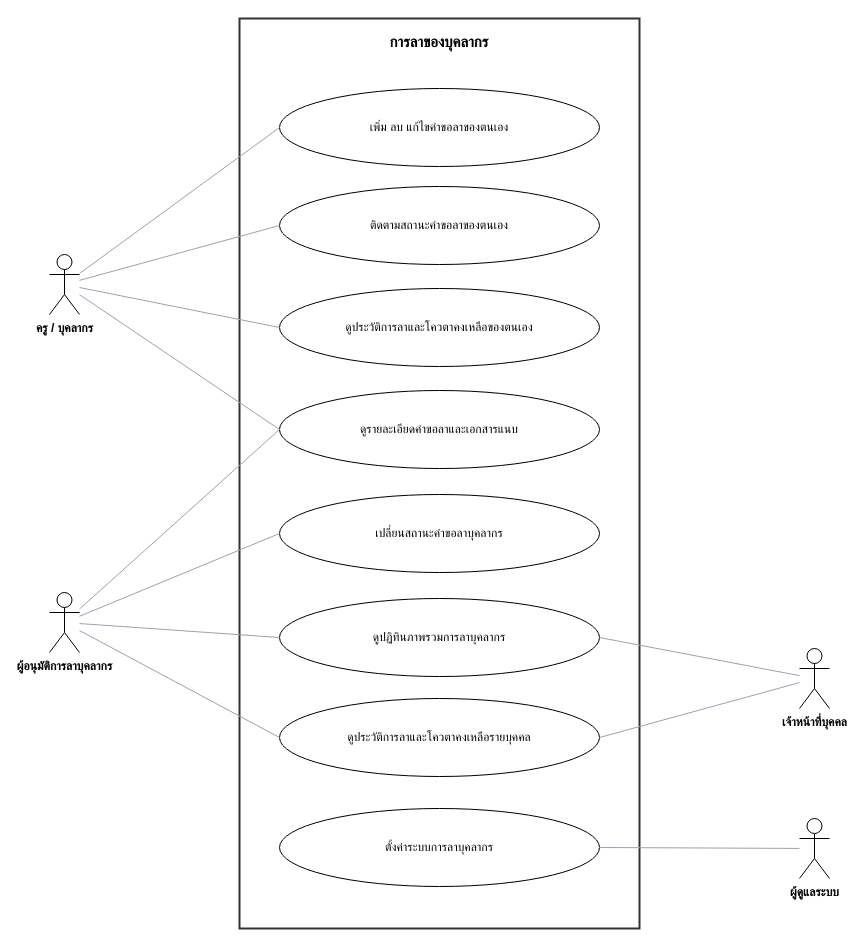
Above: page "การลาของบุคลากร" (2 of 6) of uxui-merged/schooldark/usecase.drawio in RealTiraqmisu/SchoolDark (draw.io), before the change. Source tidied: cells renumbered, new cells numbered last; positions are measured from the earlier drawing's top-left corner, leaving out a move shared by most shapes. Both pictures are drawn from the tidied source at 100%, with x=0, y=0 at pixel (49, 18).
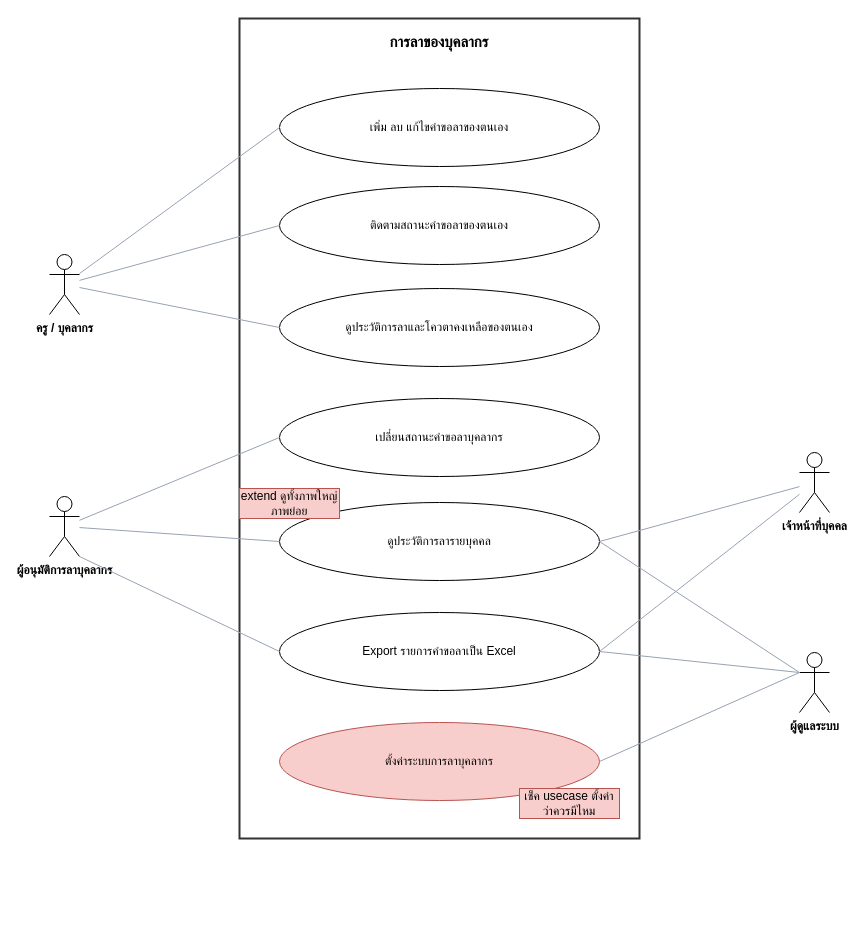
Above is the later version.

The change refers to these unchanged cells:
```xml
<mxCell id="10" value="ครู / บุคลากร" style="shape=umlActor;verticalLabelPosition=bottom;verticalAlign=top;html=1;outlineConnect=0;whiteSpace=nowrap;fontSize=12;fontStyle=1;" parent="1" vertex="1">
  <mxGeometry y="236" width="30" height="60" as="geometry" />
</mxCell>
```

The edit, as a diff of the source:
```diff
@@
     <mxCell id="2" value="การลาของบุคลากร" style="rounded=0;whiteSpace=wrap;html=1;verticalAlign=top;align=center;fontStyle=1;fontSize=15;fillColor=none;strokeColor=#333333;strokeWidth=2;spacingTop=8;" parent="1" vertex="1">
-      <mxGeometry x="190" width="400" height="910" as="geometry" />
+      <mxGeometry x="190" width="400" height="820" as="geometry" />
     </mxCell>
@@
-    <mxCell id="5" value="ดูรายละเอียดคำขอลาและเอกสารแนบ" style="ellipse;whiteSpace=wrap;html=1;fontSize=12;spacing=10;" parent="1" vertex="1">
-      <mxGeometry x="230" y="372" width="320" height="78" as="geometry" />
-    </mxCell>
     <mxCell id="6" value="&lt;span style=&quot;color: rgb(0, 0, 0);&quot;&gt;เปลี่ยนสถานะ&lt;/span&gt;คำขอลาบุคลากร" style="ellipse;whiteSpace=wrap;html=1;fontSize=12;spacing=10;" parent="1" vertex="1">
-      <mxGeometry x="230" y="476" width="320" height="78" as="geometry" />
+      <mxGeometry x="230" y="380" width="320" height="78" as="geometry" />
     </mxCell>
-    <mxCell id="7" value="ดูปฏิทินภาพรวมการลาบุคลากร" style="ellipse;whiteSpace=wrap;html=1;fontSize=12;spacing=10;" parent="1" vertex="1">
-      <mxGeometry x="230" y="580" width="320" height="78" as="geometry" />
-    </mxCell>
-    <mxCell id="8" value="ดูประวัติการลาและโควตาคงเหลือรายบุคคล" style="ellipse;whiteSpace=wrap;html=1;fontSize=12;spacing=10;" parent="1" vertex="1">
-      <mxGeometry x="230" y="680" width="320" height="78" as="geometry" />
+    <mxCell id="8" value="ดูประวัติการลารายบุคคล" style="ellipse;whiteSpace=wrap;html=1;fontSize=12;spacing=10;" parent="1" vertex="1">
+      <mxGeometry x="230" y="484" width="320" height="78" as="geometry" />
     </mxCell>
-    <mxCell id="9" value="ตั้งค่าระบบการลาบุคลากร" style="ellipse;whiteSpace=wrap;html=1;fontSize=12;spacing=10;" parent="1" vertex="1">
-      <mxGeometry x="230" y="790" width="320" height="78" as="geometry" />
+    <mxCell id="9" value="ตั้งค่าระบบการลาบุคลากร" style="ellipse;whiteSpace=wrap;html=1;fontSize=12;spacing=10;fillColor=#f8cecc;strokeColor=#b85450;" parent="1" vertex="1">
+      <mxGeometry x="230" y="704" width="320" height="78" as="geometry" />
     </mxCell>
@@
     <mxCell id="11" value="ผู้อนุมัติการลาบุคลากร" style="shape=umlActor;verticalLabelPosition=bottom;verticalAlign=top;html=1;outlineConnect=0;whiteSpace=nowrap;fontSize=12;fontStyle=1;" parent="1" vertex="1">
-      <mxGeometry y="574" width="30" height="60" as="geometry" />
+      <mxGeometry y="478" width="30" height="60" as="geometry" />
     </mxCell>
     <mxCell id="12" value="เจ้าหน้าที่บุคคล" style="shape=umlActor;verticalLabelPosition=bottom;verticalAlign=top;html=1;outlineConnect=0;whiteSpace=nowrap;fontSize=12;fontStyle=1;" parent="1" vertex="1">
-      <mxGeometry x="750" y="630" width="30" height="60" as="geometry" />
+      <mxGeometry x="750" y="434" width="30" height="60" as="geometry" />
     </mxCell>
     <mxCell id="13" value="ผู้ดูแลระบบ" style="shape=umlActor;verticalLabelPosition=bottom;verticalAlign=top;html=1;outlineConnect=0;whiteSpace=nowrap;fontSize=12;fontStyle=1;" parent="1" vertex="1">
-      <mxGeometry x="750" y="800" width="30" height="60" as="geometry" />
+      <mxGeometry x="750" y="634" width="30" height="60" as="geometry" />
     </mxCell>
@@
-    <mxCell id="17" style="endArrow=none;html=1;strokeColor=#98a2b3;entryX=0;entryY=0.5;entryDx=0;entryDy=0;" parent="1" edge="1" source="10" target="5">
-      <mxGeometry relative="1" as="geometry" />
-    </mxCell>
-    <mxCell id="18" style="endArrow=none;html=1;strokeColor=#98a2b3;entryX=0;entryY=0.5;entryDx=0;entryDy=0;" parent="1" edge="1" source="11" target="5">
-      <mxGeometry relative="1" as="geometry" />
-    </mxCell>
-    <mxCell id="19" style="endArrow=none;html=1;strokeColor=#98a2b3;entryX=0;entryY=0.5;entryDx=0;entryDy=0;" parent="1" edge="1" source="11" target="7">
-      <mxGeometry relative="1" as="geometry" />
-    </mxCell>
-    <mxCell id="20" style="endArrow=none;html=1;strokeColor=#98a2b3;entryX=1;entryY=0.5;entryDx=0;entryDy=0;" parent="1" edge="1" source="12" target="7">
-      <mxGeometry relative="1" as="geometry" />
-    </mxCell>
@@
-    <mxCell id="23" style="endArrow=none;html=1;strokeColor=#98a2b3;entryX=1;entryY=0.5;entryDx=0;entryDy=0;" parent="1" edge="1" source="13" target="9">
+    <mxCell id="23" style="endArrow=none;html=1;strokeColor=#98a2b3;entryX=1;entryY=0.5;entryDx=0;entryDy=0;exitX=0;exitY=0.3333333333333333;exitDx=0;exitDy=0;exitPerimeter=0;" parent="1" edge="1" source="13" target="9">
       <mxGeometry relative="1" as="geometry" />
     </mxCell>
@@
+    <mxCell id="26" value="Export รายการคำขอลาเป็น Excel" style="ellipse;whiteSpace=wrap;html=1;fontSize=12;spacing=10;" parent="1" vertex="1">
+      <mxGeometry x="230" y="594" width="320" height="78" as="geometry" />
+    </mxCell>
+    <mxCell id="27" style="endArrow=none;html=1;strokeColor=#98a2b3;entryX=1;entryY=0.5;entryDx=0;entryDy=0;exitX=0;exitY=0.3333333333333333;exitDx=0;exitDy=0;exitPerimeter=0;" parent="1" edge="1" source="13" target="26">
+      <mxGeometry relative="1" as="geometry" />
+    </mxCell>
+    <mxCell id="28" style="endArrow=none;html=1;strokeColor=#98a2b3;entryX=1;entryY=1;entryDx=0;entryDy=0;exitX=0;exitY=0.5;exitDx=0;exitDy=0;entryPerimeter=0;" parent="1" edge="1" source="26" target="11">
+      <mxGeometry relative="1" as="geometry" />
+    </mxCell>
+    <mxCell id="29" style="endArrow=none;html=1;strokeColor=#98a2b3;entryX=1;entryY=0.5;entryDx=0;entryDy=0;" parent="1" edge="1" source="12" target="26">
+      <mxGeometry relative="1" as="geometry" />
+    </mxCell>
+    <mxCell id="30" style="endArrow=none;html=1;strokeColor=#98a2b3;entryX=1;entryY=0.5;entryDx=0;entryDy=0;exitX=0;exitY=0.3333333333333333;exitDx=0;exitDy=0;exitPerimeter=0;" parent="1" edge="1" source="13" target="8">
+      <mxGeometry relative="1" as="geometry" />
+    </mxCell>
+    <mxCell id="31" value="extend ดูทั้งภาพใหญ่ภาพย่อย" style="text;html=1;whiteSpace=wrap;strokeColor=#b85450;fillColor=#f8cecc;align=center;verticalAlign=middle;rounded=0;" parent="1" vertex="1">
+      <mxGeometry x="190" y="470" width="100" height="30" as="geometry" />
+    </mxCell>
+    <mxCell id="32" value="เช็ค usecase ตั้งค่า ว่าควรมีไหม" style="text;html=1;whiteSpace=wrap;strokeColor=#b85450;fillColor=#f8cecc;align=center;verticalAlign=middle;rounded=0;" parent="1" vertex="1">
+      <mxGeometry x="470" y="770" width="100" height="30" as="geometry" />
+    </mxCell>
```
